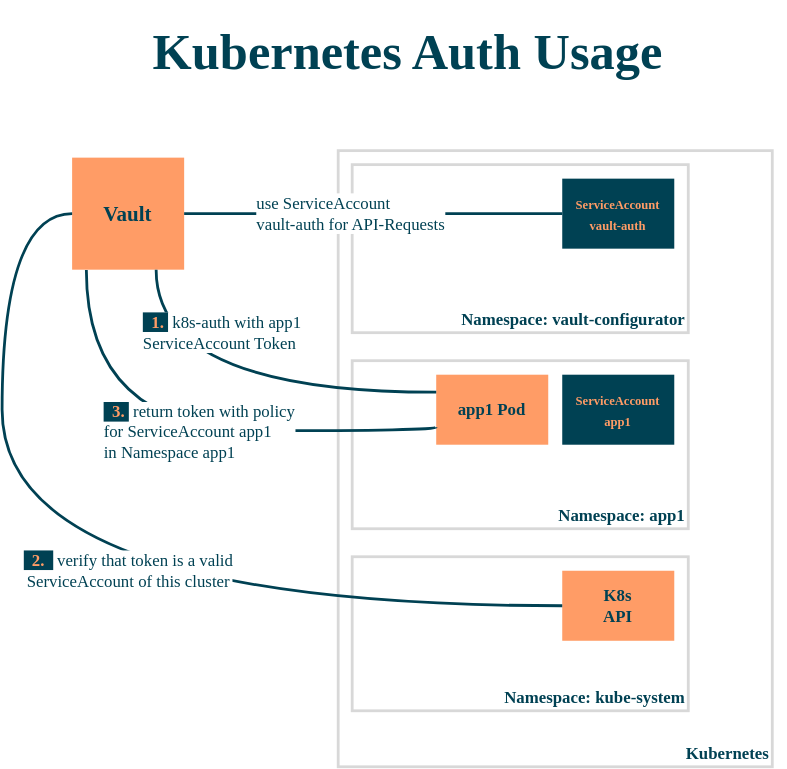
Above: terraform/vault-configurator.svg in kesselborn/vault-demo (draw.io), before the change. Source tidied: cells renumbered, new cells last; positions are measured from the earlier drawing's top-left corner, leaving out a move shared by most shapes.
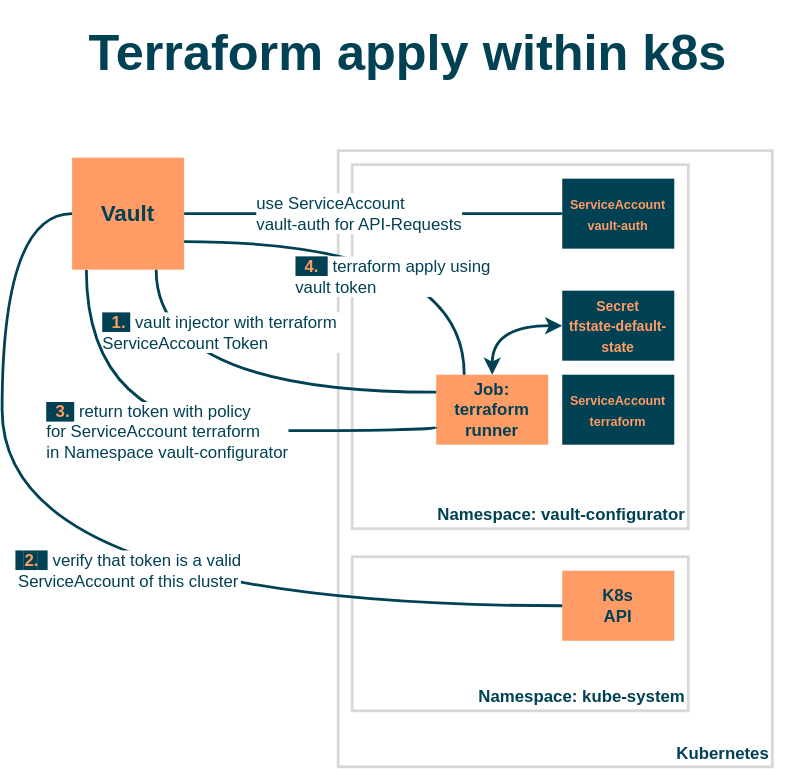
Above is the later version.

The edit, as a diff of the source:
```diff
@@ -1,51 +1,48 @@
 <mxGraphModel>
   <root>
     <mxCell id="0" />
-    <mxCell id="1" value="Kubernetes Auth Usage" parent="0" />
+    <mxCell id="20" value="Terraform Setup" parent="0" />
-    <mxCell id="2" value="&lt;font color=&quot;#004153&quot; face=&quot;Mark Pro&quot;&gt;&lt;b&gt;Kubernetes&lt;/b&gt;&lt;/font&gt;" style="whiteSpace=wrap;html=1;verticalAlign=bottom;align=right;strokeWidth=2;strokeColor=#D8D8D8;fontFamily=Mark Pro;" parent="1" vertex="1">
+    <mxCell id="2" value="&lt;font color=&quot;#004153&quot; face=&quot;Helvetica&quot;&gt;&lt;b&gt;Kubernetes&lt;/b&gt;&lt;/font&gt;" style="whiteSpace=wrap;html=1;verticalAlign=bottom;align=right;strokeWidth=2;strokeColor=#D8D8D8;fontFamily=Helvetica;" parent="20" vertex="1">
       <mxGeometry x="240" y="90" width="310" height="440" as="geometry" />
     </mxCell>
-    <mxCell id="3" value="&lt;font color=&quot;#004153&quot; face=&quot;Mark Pro&quot;&gt;&lt;b&gt;Namespace: kube-system&lt;/b&gt;&lt;/font&gt;" style="whiteSpace=wrap;html=1;align=right;verticalAlign=bottom;fontColor=#F4F4F4;strokeColor=#D8D8D8;strokeWidth=2;fontFamily=Hack;" parent="1" vertex="1">
+    <mxCell id="3" value="&lt;font color=&quot;#004153&quot; face=&quot;Helvetica&quot;&gt;&lt;b&gt;Namespace: kube-system&lt;/b&gt;&lt;/font&gt;" style="whiteSpace=wrap;html=1;align=right;verticalAlign=bottom;fontColor=#F4F4F4;strokeColor=#D8D8D8;strokeWidth=2;fontFamily=Courier New;" parent="20" vertex="1">
       <mxGeometry x="250" y="380" width="240" height="110" as="geometry" />
     </mxCell>
-    <mxCell id="4" value="&lt;b&gt;&lt;font face=&quot;Mark Pro&quot; style=&quot;font-size: 15px&quot;&gt;Vault&lt;/font&gt;&lt;/b&gt;" style="whiteSpace=wrap;html=1;strokeColor=none;fillColor=#FF9C66;fontColor=#004153;" parent="1" vertex="1">
+    <mxCell id="4" value="&lt;b&gt;&lt;font face=&quot;Helvetica&quot; style=&quot;font-size: 16px&quot;&gt;Vault&lt;/font&gt;&lt;/b&gt;" style="whiteSpace=wrap;html=1;strokeColor=none;fillColor=#FF9C66;fontColor=#004153;" parent="20" vertex="1">
       <mxGeometry x="50" y="95" width="80" height="80" as="geometry" />
     </mxCell>
-    <mxCell id="5" value="&lt;font color=&quot;#004153&quot; face=&quot;Mark Pro&quot;&gt;&lt;b&gt;Namespace: vault-configurator&lt;/b&gt;&lt;/font&gt;" style="whiteSpace=wrap;html=1;align=right;verticalAlign=bottom;fontColor=#F4F4F4;strokeColor=#D8D8D8;strokeWidth=2;fontFamily=Hack;" parent="1" vertex="1">
-      <mxGeometry x="250" y="100" width="240" height="120" as="geometry" />
+    <mxCell id="5" value="&lt;font color=&quot;#004153&quot; face=&quot;Helvetica&quot;&gt;&lt;b&gt;Namespace: vault-configurator&lt;/b&gt;&lt;/font&gt;" style="whiteSpace=wrap;html=1;align=right;verticalAlign=bottom;fontColor=#F4F4F4;strokeColor=#D8D8D8;strokeWidth=2;fontFamily=Courier New;" parent="20" vertex="1">
+      <mxGeometry x="250" y="100" width="240" height="260" as="geometry" />
     </mxCell>
-    <mxCell id="6" value="&lt;font style=&quot;font-size: 9px&quot;&gt;&lt;b&gt;&lt;font face=&quot;Mark Pro&quot;&gt;ServiceAccount&lt;br&gt;vault-auth&lt;/font&gt;&lt;br&gt;&lt;/b&gt;&lt;/font&gt;" style="whiteSpace=wrap;html=1;strokeColor=none;fillColor=#004153;fontColor=#FF9C66;" parent="1" vertex="1">
+    <mxCell id="6" value="&lt;font style=&quot;font-size: 9px&quot;&gt;&lt;b&gt;&lt;font face=&quot;Helvetica&quot;&gt;ServiceAccount&lt;br&gt;vault-auth&lt;/font&gt;&lt;br&gt;&lt;/b&gt;&lt;/font&gt;" style="whiteSpace=wrap;html=1;strokeColor=none;fillColor=#004153;fontColor=#FF9C66;" parent="20" vertex="1">
       <mxGeometry x="400" y="110" width="80" height="50" as="geometry" />
     </mxCell>
-    <mxCell id="7" value="&lt;b&gt;&lt;font face=&quot;Mark Pro&quot;&gt;K8s&lt;br&gt;API&lt;/font&gt;&lt;br&gt;&lt;/b&gt;" style="whiteSpace=wrap;html=1;strokeColor=none;fillColor=#FF9C66;fontColor=#004153;" parent="1" vertex="1">
+    <mxCell id="7" value="&lt;b&gt;&lt;font face=&quot;Helvetica&quot;&gt;K8s&lt;br&gt;API&lt;/font&gt;&lt;br&gt;&lt;/b&gt;" style="whiteSpace=wrap;html=1;strokeColor=none;fillColor=#FF9C66;fontColor=#004153;" parent="20" vertex="1">
       <mxGeometry x="400" y="390" width="80" height="50" as="geometry" />
     </mxCell>
-    <mxCell id="8" value="&lt;font color=&quot;#004153&quot; face=&quot;Mark Pro&quot;&gt;&lt;b&gt;Namespace: app1&lt;/b&gt;&lt;/font&gt;" style="whiteSpace=wrap;html=1;align=right;verticalAlign=bottom;fontColor=#F4F4F4;strokeColor=#D8D8D8;strokeWidth=2;fontFamily=Hack;" parent="1" vertex="1">
-      <mxGeometry x="250" y="240" width="240" height="120" as="geometry" />
-    </mxCell>
-    <mxCell id="9" value="&lt;b&gt;&lt;font face=&quot;Mark Pro&quot;&gt;app1 Pod&lt;/font&gt;&lt;/b&gt;" style="whiteSpace=wrap;html=1;strokeColor=none;fillColor=#FF9C66;fontColor=#004153;" parent="1" vertex="1">
-      <mxGeometry x="310" y="250" width="80" height="50" as="geometry" />
-    </mxCell>
-    <mxCell id="10" value="&lt;font style=&quot;font-size: 9px&quot;&gt;&lt;b&gt;&lt;font face=&quot;Mark Pro&quot;&gt;ServiceAccount&lt;br&gt;app1&lt;/font&gt;&lt;br&gt;&lt;/b&gt;&lt;/font&gt;" style="whiteSpace=wrap;html=1;strokeColor=none;fillColor=#004153;fontColor=#FF9C66;" parent="1" vertex="1">
-      <mxGeometry x="400" y="250" width="80" height="50" as="geometry" />
-    </mxCell>
-    <mxCell id="11" style="endArrow=none;html=1;fontColor=#FF9C66;entryX=0.75;entryY=1;entryDx=0;entryDy=0;exitX=0;exitY=0.25;exitDx=0;exitDy=0;edgeStyle=orthogonalEdgeStyle;curved=1;strokeColor=#004153;strokeWidth=2;" parent="1" edge="1" source="9" target="4">
-      <mxGeometry relative="1" as="geometry" />
-    </mxCell>
-    <mxCell id="12" value="&lt;font face=&quot;Mark Pro&quot;&gt;&lt;span style=&quot;background-color: rgb(0 , 65 , 83)&quot;&gt;&amp;nbsp;&amp;nbsp;&lt;b&gt;1.&lt;/b&gt;&amp;nbsp;&lt;/span&gt; &lt;font color=&quot;#004153&quot;&gt;k8s-auth with app1 &lt;br&gt;ServiceAccount Token&lt;/font&gt;&lt;/font&gt;" style="text;html=1;align=left;verticalAlign=middle;labelBackgroundColor=#ffffff;fontColor=#FF9C66;" parent="11" vertex="1">
-      <mxGeometry x="0.11" y="-26" relative="1" as="geometry">
-        <mxPoint x="-50.5" y="-16.6" as="offset" />
-      </mxGeometry>
-    </mxCell>
+    <mxCell id="21" value="&lt;b&gt;&lt;font face=&quot;Helvetica&quot;&gt;Job:&lt;br&gt;terraform&lt;br&gt;runner&lt;/font&gt;&lt;br&gt;&lt;/b&gt;" style="whiteSpace=wrap;html=1;strokeColor=none;fillColor=#FF9C66;fontColor=#004153;" parent="20" vertex="1">
+      <mxGeometry x="310" y="250" width="80" height="50" as="geometry" />
+    </mxCell>
+    <mxCell id="22" value="&lt;font style=&quot;font-size: 9px&quot;&gt;&lt;b&gt;&lt;font face=&quot;Helvetica&quot;&gt;ServiceAccount&lt;br&gt;terraform&lt;/font&gt;&lt;br&gt;&lt;/b&gt;&lt;/font&gt;" style="whiteSpace=wrap;html=1;strokeColor=none;fillColor=#004153;fontColor=#FF9C66;" parent="20" vertex="1">
+      <mxGeometry x="400" y="250" width="80" height="50" as="geometry" />
+    </mxCell>
+    <mxCell id="23" style="endArrow=none;html=1;fontColor=#FF9C66;entryX=0.75;entryY=1;entryDx=0;entryDy=0;exitX=0;exitY=0.25;exitDx=0;exitDy=0;edgeStyle=orthogonalEdgeStyle;curved=1;strokeColor=#004153;strokeWidth=2;" parent="20" edge="1" source="21" target="4">
+      <mxGeometry relative="1" as="geometry" />
+    </mxCell>
+    <mxCell id="24" value="&lt;font face=&quot;Helvetica&quot;&gt;&lt;span style=&quot;background-color: rgb(0 , 65 , 83)&quot;&gt;&amp;nbsp;&amp;nbsp;&lt;b&gt;1.&lt;/b&gt;&amp;nbsp;&lt;/span&gt; &lt;font color=&quot;#004153&quot;&gt;vault injector with terraform&amp;nbsp;&lt;br&gt;ServiceAccount Token&lt;/font&gt;&lt;/font&gt;" style="text;html=1;align=left;verticalAlign=middle;labelBackgroundColor=#ffffff;fontColor=#FF9C66;" parent="23" vertex="1">
+      <mxGeometry x="0.11" y="-26" relative="1" as="geometry">
+        <mxPoint x="-79.7" y="-16.6" as="offset" />
+      </mxGeometry>
+    </mxCell>
-    <mxCell id="13" style="endArrow=none;html=1;strokeColor=#004153;strokeWidth=2;fontColor=#FF9C66;entryX=0;entryY=0.5;entryDx=0;entryDy=0;exitX=1;exitY=0.5;exitDx=0;exitDy=0;edgeStyle=entityRelationEdgeStyle;" parent="1" edge="1" source="4" target="6">
+    <mxCell id="13" style="endArrow=none;html=1;strokeColor=#004153;strokeWidth=2;fontColor=#FF9C66;entryX=0;entryY=0.5;entryDx=0;entryDy=0;exitX=1;exitY=0.5;exitDx=0;exitDy=0;edgeStyle=entityRelationEdgeStyle;" parent="20" edge="1" source="4" target="6">
       <mxGeometry relative="1" as="geometry" />
     </mxCell>
-    <mxCell id="14" value="&lt;font color=&quot;#004153&quot; face=&quot;Mark Pro&quot;&gt;use ServiceAccount&lt;br&gt;vault-auth for API-Requests&lt;/font&gt;" style="text;html=1;align=left;verticalAlign=middle;labelBackgroundColor=#ffffff;fontColor=#FF9C66;" parent="13" vertex="1">
+    <mxCell id="14" value="&lt;font color=&quot;#004153&quot; face=&quot;Helvetica&quot;&gt;use ServiceAccount&lt;br&gt;vault-auth for API-Requests&lt;/font&gt;" style="text;html=1;align=left;verticalAlign=middle;labelBackgroundColor=#ffffff;fontColor=#FF9C66;" parent="13" vertex="1">
       <mxGeometry x="-0.21" y="-3" relative="1" as="geometry">
         <mxPoint x="-57.4" y="-3" as="offset" />
       </mxGeometry>
     </mxCell>
-    <mxCell id="15" style="endArrow=none;html=1;fontColor=#FF9C66;entryX=0;entryY=0.5;entryDx=0;entryDy=0;exitX=0;exitY=0.5;exitDx=0;exitDy=0;edgeStyle=orthogonalEdgeStyle;curved=1;strokeColor=#004153;strokeWidth=2;" parent="1" edge="1" source="7" target="4">
+    <mxCell id="15" style="endArrow=none;html=1;fontColor=#FF9C66;entryX=0;entryY=0.5;entryDx=0;entryDy=0;exitX=0;exitY=0.5;exitDx=0;exitDy=0;edgeStyle=orthogonalEdgeStyle;curved=1;strokeColor=#004153;strokeWidth=2;" parent="20" edge="1" source="7" target="4">
       <mxGeometry relative="1" as="geometry">
         <Array as="points">
           <mxPoint y="415" />
@@ -53,26 +50,42 @@
         </Array>
       </mxGeometry>
     </mxCell>
-    <mxCell id="16" value="&lt;div style=&quot;text-align: left&quot;&gt;&lt;font face=&quot;Mark Pro&quot;&gt;&lt;b style=&quot;background-color: rgb(0 , 65 , 83)&quot;&gt;&amp;nbsp; 2.&amp;nbsp;&amp;nbsp;&lt;/b&gt;&lt;font color=&quot;#004153&quot;&gt;&amp;nbsp;verify that token is a valid&lt;/font&gt;&lt;/font&gt;&lt;/div&gt;&lt;font color=&quot;#004153&quot; face=&quot;Mark Pro&quot;&gt;ServiceAccount of this cluster&lt;/font&gt;" style="text;html=1;align=center;verticalAlign=middle;labelBackgroundColor=#ffffff;fontColor=#FF9C66;" parent="15" vertex="1">
+    <mxCell id="16" value="&lt;div style=&quot;text-align: left&quot;&gt;&lt;font face=&quot;Helvetica&quot;&gt;&lt;b style=&quot;background-color: rgb(0 , 65 , 83)&quot;&gt;&amp;nbsp;&amp;nbsp;&lt;/b&gt;&lt;span style=&quot;background-color: rgb(0 , 65 , 83)&quot;&gt;&lt;b&gt;2.&lt;/b&gt;&lt;/span&gt;&lt;b style=&quot;background-color: rgb(0 , 65 , 83)&quot;&gt;&amp;nbsp;&amp;nbsp;&lt;/b&gt;&lt;font color=&quot;#004153&quot;&gt;&amp;nbsp;verify that token is a valid&lt;/font&gt;&lt;/font&gt;&lt;/div&gt;&lt;font color=&quot;#004153&quot; face=&quot;Helvetica&quot;&gt;ServiceAccount of this cluster&lt;/font&gt;" style="text;html=1;align=center;verticalAlign=middle;labelBackgroundColor=#ffffff;fontColor=#FF9C66;" parent="15" vertex="1">
       <mxGeometry x="0.11" y="-26" relative="1" as="geometry">
         <mxPoint x="63.8" y="-20.6" as="offset" />
       </mxGeometry>
     </mxCell>
-    <mxCell id="17" style="endArrow=none;html=1;strokeColor=#004153;strokeWidth=2;fontColor=#FF9C66;entryX=0.127;entryY=1.003;entryDx=0;entryDy=0;exitX=0;exitY=0.75;exitDx=0;exitDy=0;edgeStyle=orthogonalEdgeStyle;curved=1;entryPerimeter=0;" parent="1" edge="1" source="9" target="4">
-      <mxGeometry relative="1" as="geometry">
-        <Array as="points">
-          <mxPoint x="310" y="290" />
-          <mxPoint x="60" y="290" />
-        </Array>
-      </mxGeometry>
-    </mxCell>
-    <mxCell id="18" value="&lt;font face=&quot;Mark Pro&quot;&gt;&lt;font style=&quot;background-color: rgb(0 , 65 , 83)&quot;&gt;&lt;b&gt;&amp;nbsp; 3.&amp;nbsp;&lt;/b&gt;&lt;/font&gt;&lt;font color=&quot;#004153&quot;&gt; return token with policy&lt;br&gt;for ServiceAccount app1&lt;br&gt;in Namespace app1&lt;/font&gt;&lt;/font&gt;" style="text;html=1;align=left;verticalAlign=middle;labelBackgroundColor=#ffffff;fontColor=#FF9C66;" parent="17" vertex="1">
-      <mxGeometry x="0.04" y="-6" relative="1" as="geometry">
-        <mxPoint x="-50.9" y="6.1" as="offset" />
-      </mxGeometry>
-    </mxCell>
-    <mxCell id="19" value="&lt;h1&gt;&lt;font color=&quot;#004153&quot; style=&quot;font-size: 36px&quot; face=&quot;Mark Pro&quot;&gt;Kubernetes Auth Usage&lt;/font&gt;&lt;/h1&gt;" style="text;html=1;align=center;verticalAlign=middle;whiteSpace=wrap;rounded=0;comic=0;fontFamily=Mark Pro;fontStyle=0;" parent="1" vertex="1">
-      <mxGeometry x="20" width="540" height="40" as="geometry" />
-    </mxCell>
+    <mxCell id="25" style="endArrow=none;html=1;strokeColor=#004153;strokeWidth=2;fontColor=#FF9C66;entryX=0.127;entryY=1.003;entryDx=0;entryDy=0;exitX=0;exitY=0.75;exitDx=0;exitDy=0;edgeStyle=orthogonalEdgeStyle;curved=1;entryPerimeter=0;" parent="20" edge="1" source="21" target="4">
+      <mxGeometry relative="1" as="geometry">
+        <Array as="points">
+          <mxPoint x="310" y="290" />
+          <mxPoint x="60" y="290" />
+        </Array>
+      </mxGeometry>
+    </mxCell>
+    <mxCell id="26" value="&lt;font face=&quot;Helvetica&quot;&gt;&lt;font style=&quot;background-color: rgb(0 , 65 , 83)&quot;&gt;&lt;b&gt;&amp;nbsp; 3.&amp;nbsp;&lt;/b&gt;&lt;/font&gt;&lt;font color=&quot;#004153&quot;&gt; return token with policy&lt;br&gt;for ServiceAccount terraform&lt;br&gt;in Namespace vault-configurator&lt;/font&gt;&lt;/font&gt;" style="text;html=1;align=left;verticalAlign=middle;labelBackgroundColor=#ffffff;fontColor=#FF9C66;" parent="25" vertex="1">
+      <mxGeometry x="0.04" y="-6" relative="1" as="geometry">
+        <mxPoint x="-91.1" y="6.1" as="offset" />
+      </mxGeometry>
+    </mxCell>
+    <mxCell id="27" value="&lt;h1&gt;&lt;font color=&quot;#004153&quot; style=&quot;font-size: 36px&quot; face=&quot;Helvetica&quot;&gt;Terraform apply within k8s&lt;/font&gt;&lt;/h1&gt;" style="text;html=1;align=center;verticalAlign=middle;whiteSpace=wrap;rounded=0;comic=0;fontFamily=Helvetica;fontStyle=0;" parent="20" vertex="1">
+      <mxGeometry x="20" width="540" height="40" as="geometry" />
+    </mxCell>
+    <mxCell id="28" style="endArrow=none;html=1;strokeColor=#004153;strokeWidth=2;fontFamily=Helvetica;fontColor=#FF9C66;entryX=1;entryY=0.75;entryDx=0;entryDy=0;exitX=0.25;exitY=0;exitDx=0;exitDy=0;edgeStyle=orthogonalEdgeStyle;curved=1;" parent="20" edge="1" source="21" target="4">
+      <mxGeometry relative="1" as="geometry">
+        <Array as="points">
+          <mxPoint x="330" y="155" />
+        </Array>
+      </mxGeometry>
+    </mxCell>
+    <mxCell id="29" value="&lt;div style=&quot;color: rgb(255 , 156 , 102) ; text-align: left&quot;&gt;&lt;font face=&quot;Helvetica&quot;&gt;&lt;b style=&quot;background-color: rgb(0 , 65 , 83)&quot;&gt;&amp;nbsp; 4.&amp;nbsp;&amp;nbsp;&lt;/b&gt;&lt;font color=&quot;#004153&quot;&gt;&amp;nbsp;terraform apply using&lt;/font&gt;&lt;/font&gt;&lt;/div&gt;&lt;div style=&quot;color: rgb(255 , 156 , 102) ; text-align: left&quot;&gt;&lt;font color=&quot;#004153&quot; face=&quot;Helvetica&quot;&gt;vault token&lt;/font&gt;&lt;/div&gt;" style="text;html=1;align=center;verticalAlign=middle;labelBackgroundColor=#ffffff;fontFamily=Helvetica;" parent="28" vertex="1">
+      <mxGeometry y="24" relative="1" as="geometry" />
+    </mxCell>
+    <mxCell id="30" value="&lt;font size=&quot;1&quot; face=&quot;Helvetica&quot;&gt;&lt;b&gt;Secret&lt;br&gt;tfstate-default-state&lt;/b&gt;&lt;/font&gt;" style="whiteSpace=wrap;html=1;strokeColor=none;fillColor=#004153;fontColor=#FF9C66;" parent="20" vertex="1">
+      <mxGeometry x="400" y="190" width="80" height="50" as="geometry" />
+    </mxCell>
+    <mxCell id="31" style="endArrow=classic;html=1;entryX=0;entryY=0.5;entryDx=0;entryDy=0;exitX=0.5;exitY=0;exitDx=0;exitDy=0;edgeStyle=orthogonalEdgeStyle;curved=1;startArrow=classic;startFill=1;endFill=1;strokeColor=#004153;strokeWidth=2;" parent="20" edge="1" source="21" target="30">
+      <mxGeometry relative="1" as="geometry" />
+    </mxCell>
   </root>
 </mxGraphModel>
```
